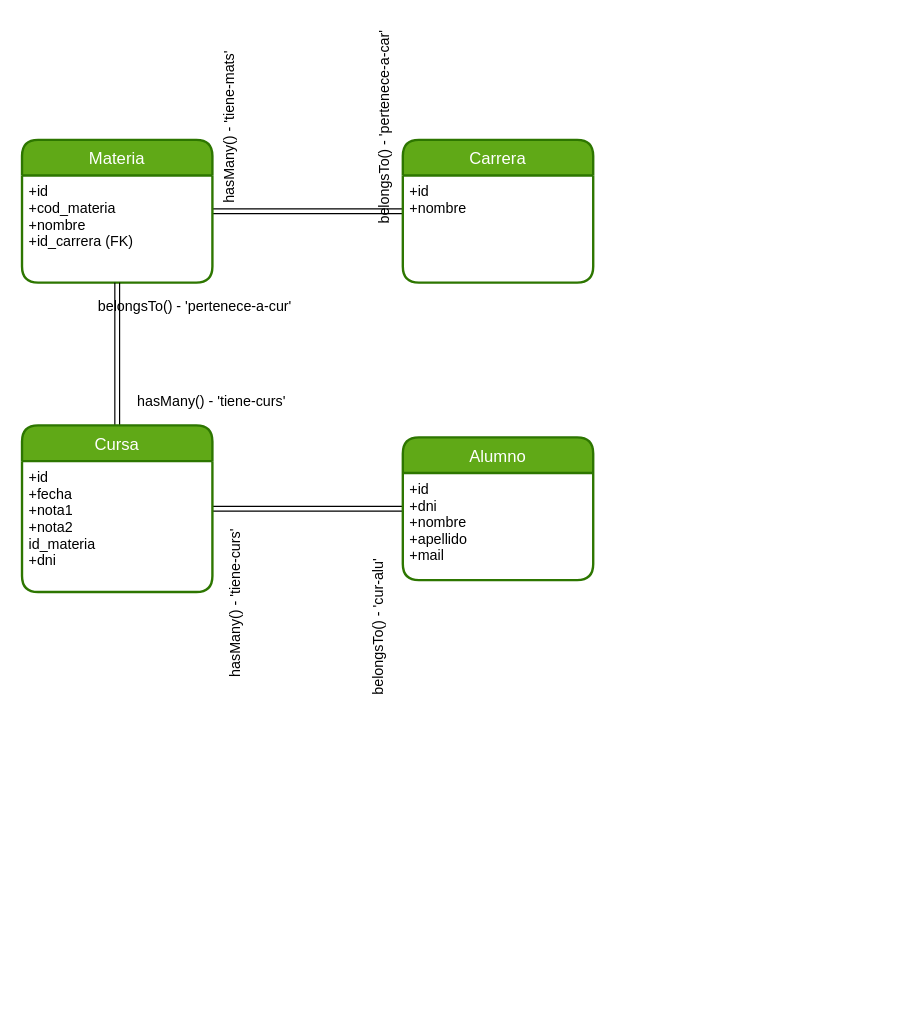
Above: diagrama.drawio in Mondone/proyecto-unahur (draw.io), before the change. Source tidied: cells renumbered, new cells numbered last; positions are measured from the earlier drawing's top-left corner, leaving out a move shared by most shapes. Both pictures are drawn from the tidied source at 119%, with x=0, y=0 at pixel (21, 115).
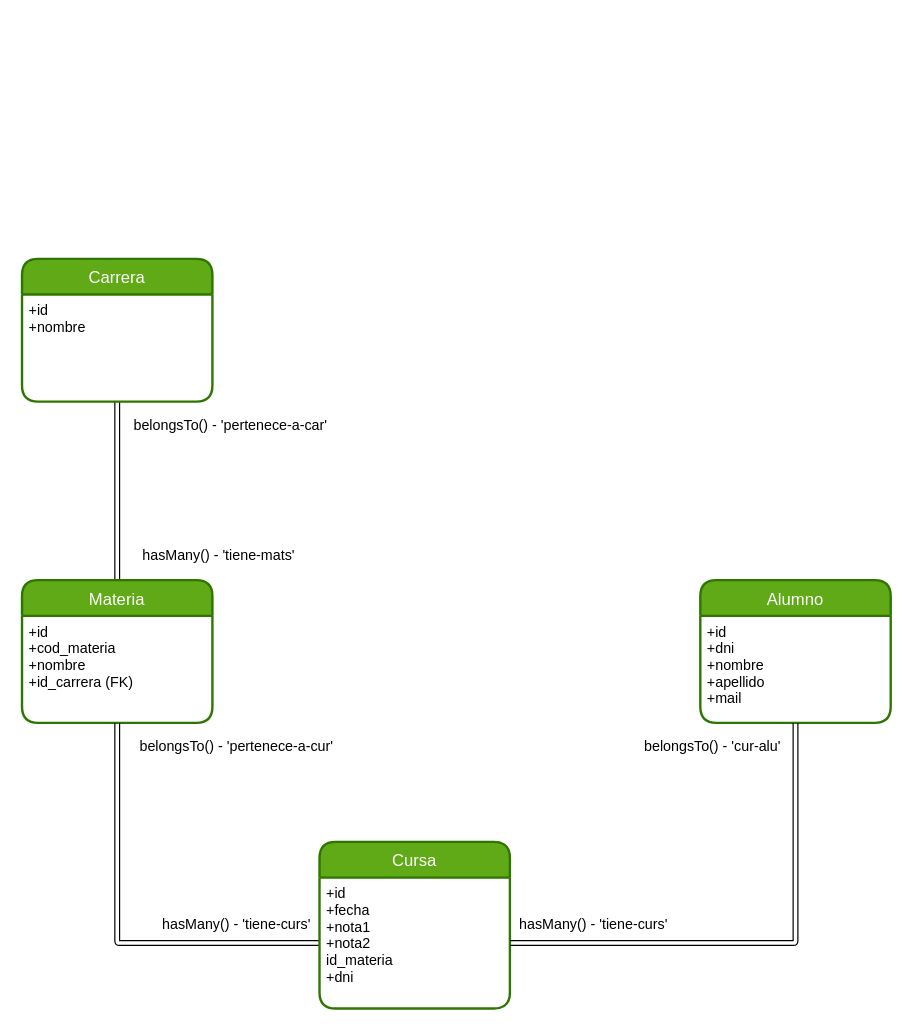
The same diagram, later.

Unchanged cells that the change refers to:
```xml
<mxCell id="6" value="+id&#10;+cod_materia&#10;+nombre&#10;+id_carrera (FK)" style="align=left;strokeColor=none;fillColor=none;spacingLeft=4;fontSize=12;verticalAlign=top;" parent="5" vertex="1">
  <mxGeometry y="30" width="160" height="90" as="geometry" />
</mxCell>
<mxCell id="12" value="+id&#10;+fecha&#10;+nota1&#10;+nota2&#10;id_materia&#10;+dni" style="align=left;strokeColor=none;fillColor=none;spacingLeft=4;fontSize=12;verticalAlign=top;" parent="11" vertex="1">
  <mxGeometry y="30" width="160" height="110" as="geometry" />
</mxCell>
```

Diff of the diagram source:
```diff
@@
     <mxCell id="3" value="Carrera" style="swimlane;horizontal=1;startSize=30;rounded=1;fontSize=14;fontStyle=0;strokeWidth=2;shadow=0;dashed=0;align=center;fillColor=#60a917;fontColor=#ffffff;strokeColor=#2D7600;gradientColor=none;swimlaneFillColor=default;" parent="1" vertex="1">
-      <mxGeometry x="320" y="20" width="160" height="120" as="geometry" />
+      <mxGeometry y="120" width="160" height="120" as="geometry" />
     </mxCell>
@@
     <mxCell id="5" value="Materia" style="swimlane;horizontal=1;startSize=30;rounded=1;fontSize=14;fontStyle=0;strokeWidth=2;shadow=0;dashed=0;align=center;fillColor=#60a917;fontColor=#ffffff;strokeColor=#2D7600;swimlaneFillColor=default;" parent="1" vertex="1">
-      <mxGeometry y="20" width="160" height="120" as="geometry" />
+      <mxGeometry y="390" width="160" height="120" as="geometry" />
     </mxCell>
@@
-    <mxCell id="7" style="edgeStyle=none;html=1;shape=link;" parent="1" edge="1" source="8" target="11">
-      <mxGeometry relative="1" as="geometry" />
-    </mxCell>
     <mxCell id="8" value="Alumno" style="swimlane;horizontal=1;startSize=30;rounded=1;fontSize=14;fontStyle=0;strokeWidth=2;shadow=0;dashed=0;align=center;fillColor=#60a917;fontColor=#ffffff;strokeColor=#2D7600;swimlaneFillColor=default;" parent="1" vertex="1">
-      <mxGeometry x="320" y="270" width="160" height="120" as="geometry" />
+      <mxGeometry x="570" y="390" width="160" height="120" as="geometry" />
     </mxCell>
@@
-    <mxCell id="10" style="edgeStyle=none;html=1;exitX=0.5;exitY=0;exitDx=0;exitDy=0;strokeColor=default;shape=link;" parent="1" edge="1" source="11" target="6">
-      <mxGeometry relative="1" as="geometry" />
+    <mxCell id="10" style="edgeStyle=none;html=1;exitX=0;exitY=0.5;exitDx=0;exitDy=0;strokeColor=default;shape=link;" parent="1" edge="1" source="12" target="6">
+      <mxGeometry relative="1" as="geometry">
+        <Array as="points">
+          <mxPoint x="80" y="695" />
+        </Array>
+      </mxGeometry>
     </mxCell>
     <mxCell id="11" value="Cursa" style="swimlane;horizontal=1;startSize=30;rounded=1;fontSize=14;fontStyle=0;strokeWidth=2;shadow=0;dashed=0;align=center;fillColor=#60a917;fontColor=#ffffff;strokeColor=#2D7600;swimlaneFillColor=default;" parent="1" vertex="1">
-      <mxGeometry y="260" width="160" height="140" as="geometry" />
+      <mxGeometry x="250" y="610" width="160" height="140" as="geometry" />
     </mxCell>
@@
-    <mxCell id="13" value="hasMany() - 'tiene-mats'" style="text;html=1;align=center;verticalAlign=middle;fillColor=none;strokeColor=none;rounded=0;rotation=-90;" parent="1" vertex="1">
-      <mxGeometry x="105" width="140" height="20" as="geometry" />
+    <mxCell id="13" value="hasMany() - 'tiene-mats'" style="text;html=1;align=center;verticalAlign=middle;fillColor=none;strokeColor=none;rounded=0;rotation=0;" parent="1" vertex="1">
+      <mxGeometry x="95" y="360" width="140" height="20" as="geometry" />
     </mxCell>
-    <mxCell id="14" value="belongsTo() - 'pertenece-a-car'" style="text;html=1;align=center;verticalAlign=middle;fillColor=none;strokeColor=none;rounded=0;rotation=-90;" parent="1" vertex="1">
-      <mxGeometry x="215" width="180" height="20" as="geometry" />
+    <mxCell id="14" value="belongsTo() - 'pertenece-a-car'" style="text;html=1;align=center;verticalAlign=middle;fillColor=none;strokeColor=none;rounded=0;rotation=0;" parent="1" vertex="1">
+      <mxGeometry x="85" y="250" width="180" height="20" as="geometry" />
     </mxCell>
     <mxCell id="15" value="belongsTo() - 'pertenece-a-cur'" style="text;html=1;align=center;verticalAlign=middle;fillColor=none;strokeColor=none;rounded=0;" parent="1" vertex="1">
-      <mxGeometry x="55" y="150" width="180" height="20" as="geometry" />
+      <mxGeometry x="90" y="520" width="180" height="20" as="geometry" />
     </mxCell>
     <mxCell id="16" value="hasMany() - 'tiene-curs'" style="text;html=1;align=center;verticalAlign=middle;fillColor=none;strokeColor=none;rounded=0;" parent="1" vertex="1">
-      <mxGeometry x="89" y="230" width="140" height="20" as="geometry" />
+      <mxGeometry x="110" y="670" width="140" height="20" as="geometry" />
     </mxCell>
+    <mxCell id="18" value="belongsTo() - 'cur-alu'" style="text;html=1;align=center;verticalAlign=middle;fillColor=none;strokeColor=none;rounded=0;rotation=0;" parent="1" vertex="1">
+      <mxGeometry x="490" y="520" width="180" height="20" as="geometry" />
+    </mxCell>
-    <mxCell id="17" value="hasMany() - 'tiene-curs'" style="text;html=1;align=center;verticalAlign=middle;fillColor=none;strokeColor=none;rounded=0;rotation=-90;" parent="1" vertex="1">
-      <mxGeometry x="110" y="400" width="140" height="20" as="geometry" />
+    <mxCell id="17" value="hasMany() - 'tiene-curs'" style="text;html=1;align=center;verticalAlign=middle;fillColor=none;strokeColor=none;rounded=0;rotation=0;" parent="1" vertex="1">
+      <mxGeometry x="410" y="670" width="140" height="20" as="geometry" />
     </mxCell>
-    <mxCell id="18" value="belongsTo() - 'cur-alu'" style="text;html=1;align=center;verticalAlign=middle;fillColor=none;strokeColor=none;rounded=0;rotation=-90;" parent="1" vertex="1">
-      <mxGeometry x="210" y="420" width="180" height="20" as="geometry" />
-    </mxCell>
+    <mxCell id="19" style="edgeStyle=none;html=1;shape=link;endArrow=none;entryX=1;entryY=0.5;entryDx=0;entryDy=0;" parent="1" edge="1" source="8" target="12">
+      <mxGeometry relative="1" as="geometry">
+        <Array as="points">
+          <mxPoint x="650" y="695" />
+        </Array>
+      </mxGeometry>
+    </mxCell>
```
